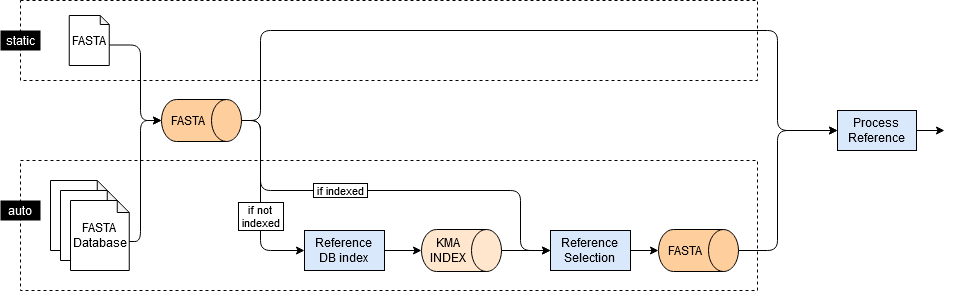
Above: docs/images/ref_selection_channels.png in rki-mf1/omnifluss (draw.io), before the change. Source tidied: cells renumbered, new cells last; positions are measured from the earlier drawing's top-left corner, leaving out a move shared by most shapes.
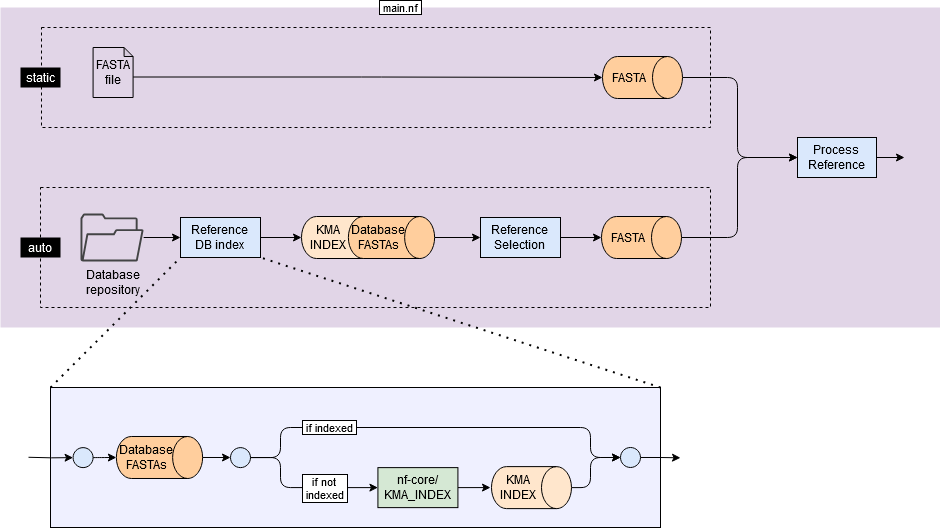
The same file after the commit.

Change to the diagram source:
```diff
@@ -2,27 +2,41 @@
   <root>
     <mxCell id="0" />
     <mxCell id="1" parent="0" />
+    <mxCell id="28" style="rounded=0;whiteSpace=wrap;html=1;fillColor=#e1d5e7;dashed=1;strokeColor=none;" parent="1" vertex="1">
+      <mxGeometry x="37" y="-10" width="940" height="320" as="geometry" />
+    </mxCell>
+    <mxCell id="3" style="rounded=0;whiteSpace=wrap;html=1;fillColor=#e1d5e7;dashed=1;strokeColor=default;" parent="1" vertex="1">
+      <mxGeometry x="78" y="10" width="669" height="100" as="geometry" />
+    </mxCell>
-    <mxCell id="2" style="rounded=0;whiteSpace=wrap;html=1;fillColor=none;dashed=1;" parent="1" vertex="1">
-      <mxGeometry x="20" y="160" width="737" height="130" as="geometry" />
+    <mxCell id="2" style="rounded=0;whiteSpace=wrap;html=1;fillColor=#e1d5e7;dashed=1;strokeColor=default;" parent="1" vertex="1">
+      <mxGeometry x="77" y="170" width="670" height="120" as="geometry" />
     </mxCell>
-    <mxCell id="3" style="rounded=0;whiteSpace=wrap;html=1;fillColor=none;dashed=1;" parent="1" vertex="1">
-      <mxGeometry x="20" width="737" height="80" as="geometry" />
-    </mxCell>
+    <mxCell id="29" style="rounded=0;whiteSpace=wrap;html=1;fillColor=#EFF0FF;strokeColor=default;" parent="1" vertex="1">
+      <mxGeometry x="87" y="370" width="610" height="140" as="geometry" />
+    </mxCell>
+    <mxCell id="30" style="edgeStyle=orthogonalEdgeStyle;rounded=1;jettySize=auto;html=1;curved=0;exitX=1;exitY=0.5;exitDx=0;exitDy=0;entryX=0.5;entryY=1;entryDx=0;entryDy=0;entryPerimeter=0;" parent="1" edge="1" source="38" target="35">
+      <mxGeometry relative="1" as="geometry">
+        <Array as="points">
+          <mxPoint x="135" y="440" />
+          <mxPoint x="135" y="440" />
+        </Array>
+      </mxGeometry>
+    </mxCell>
     <mxCell id="4" value="Reference&lt;br&gt;DB index" style="rounded=0;whiteSpace=wrap;html=1;fillColor=#dae8fc;strokeColor=default;" parent="1" vertex="1">
-      <mxGeometry x="304" y="230" width="80" height="40" as="geometry" />
+      <mxGeometry x="217" y="200" width="80" height="40" as="geometry" />
     </mxCell>
-    <mxCell id="5" style="edgeStyle=orthogonalEdgeStyle;rounded=1;jettySize=auto;html=1;exitX=1;exitY=0.5;exitDx=0;exitDy=0;entryX=0;entryY=0.5;entryDx=0;entryDy=0;curved=0;" parent="1" edge="1" source="27" target="10">
+    <mxCell id="5" style="edgeStyle=orthogonalEdgeStyle;rounded=1;jettySize=auto;html=1;exitX=0.5;exitY=0;exitDx=0;exitDy=0;entryX=0;entryY=0.5;entryDx=0;entryDy=0;curved=0;exitPerimeter=0;" parent="1" edge="1" source="27" target="10">
       <mxGeometry relative="1" as="geometry">
         <Array as="points">
-          <mxPoint x="777" y="250" />
-          <mxPoint x="777" y="130" />
+          <mxPoint x="774" y="220" />
+          <mxPoint x="774" y="140" />
         </Array>
       </mxGeometry>
     </mxCell>
     <mxCell id="6" value="Reference&lt;br&gt;Selection" style="rounded=0;whiteSpace=wrap;html=1;fillColor=#dae8fc;strokeColor=default;" parent="1" vertex="1">
-      <mxGeometry x="550" y="230" width="80" height="40" as="geometry" />
+      <mxGeometry x="517" y="200" width="80" height="40" as="geometry" />
     </mxCell>
-    <mxCell id="7" style="edgeStyle=orthogonalEdgeStyle;rounded=0;jettySize=auto;html=1;exitX=0.5;exitY=0;exitDx=0;exitDy=0;exitPerimeter=0;entryX=0;entryY=0.5;entryDx=0;entryDy=0;" parent="1" edge="1" source="20" target="6">
+    <mxCell id="7" style="edgeStyle=orthogonalEdgeStyle;rounded=0;jettySize=auto;html=1;exitX=0.5;exitY=0;exitDx=0;exitDy=0;exitPerimeter=0;entryX=0;entryY=0.5;entryDx=0;entryDy=0;" parent="1" edge="1" source="45" target="6">
       <mxGeometry relative="1" as="geometry" />
     </mxCell>
     <mxCell id="8" style="edgeStyle=orthogonalEdgeStyle;rounded=0;jettySize=auto;html=1;exitX=1;exitY=0.5;exitDx=0;exitDy=0;entryX=0.5;entryY=1;entryDx=0;entryDy=0;entryPerimeter=0;" parent="1" edge="1" source="4" target="20">
@@ -30,99 +44,145 @@
     </mxCell>
     <mxCell id="9" style="edgeStyle=orthogonalEdgeStyle;rounded=0;jettySize=auto;html=1;exitX=1;exitY=0.5;exitDx=0;exitDy=0;" parent="1" edge="1" source="10">
       <mxGeometry relative="1" as="geometry">
-        <mxPoint x="944" y="130" as="targetPoint" />
+        <mxPoint x="941" y="140" as="targetPoint" />
         <Array as="points">
-          <mxPoint x="938" y="130" />
-          <mxPoint x="938" y="130" />
+          <mxPoint x="935" y="140" />
+          <mxPoint x="935" y="140" />
         </Array>
       </mxGeometry>
     </mxCell>
     <mxCell id="10" value="Process&lt;br&gt;Reference" style="rounded=0;whiteSpace=wrap;html=1;fillColor=#dae8fc;strokeColor=default;" parent="1" vertex="1">
-      <mxGeometry x="837" y="110" width="79" height="40" as="geometry" />
+      <mxGeometry x="834" y="120" width="79" height="40" as="geometry" />
     </mxCell>
-    <mxCell id="11" style="edgeStyle=orthogonalEdgeStyle;rounded=1;jettySize=auto;html=1;entryX=0.5;entryY=1;entryDx=0;entryDy=0;entryPerimeter=0;curved=0;exitX=0;exitY=0;exitDx=58.75;exitDy=41;exitPerimeter=0;" parent="1" edge="1" source="25" target="17">
-      <mxGeometry relative="1" as="geometry">
-        <Array as="points">
-          <mxPoint x="140" y="241" />
-          <mxPoint x="140" y="120" />
-        </Array>
-      </mxGeometry>
-    </mxCell>
-    <mxCell id="12" style="edgeStyle=orthogonalEdgeStyle;rounded=1;jettySize=auto;html=1;exitX=0.5;exitY=0;exitDx=0;exitDy=0;exitPerimeter=0;entryX=0;entryY=0.5;entryDx=0;entryDy=0;curved=0;" parent="1" edge="1" source="17" target="4">
-      <mxGeometry relative="1" as="geometry">
-        <Array as="points">
-          <mxPoint x="260" y="120" />
-          <mxPoint x="260" y="250" />
-        </Array>
-      </mxGeometry>
-    </mxCell>
-    <mxCell id="13" value="if not&lt;br&gt;&amp;nbsp;indexed&amp;nbsp; " style="edgeLabel;html=1;align=center;verticalAlign=middle;labelBorderColor=default;" parent="12" vertex="1">
-      <mxGeometry x="0.02" relative="1" as="geometry">
-        <mxPoint y="16" as="offset" />
-      </mxGeometry>
-    </mxCell>
     <mxCell id="14" style="edgeStyle=orthogonalEdgeStyle;rounded=1;jettySize=auto;html=1;exitX=0.5;exitY=0;exitDx=0;exitDy=0;exitPerimeter=0;entryX=0;entryY=0.5;entryDx=0;entryDy=0;fillColor=#d5e8d4;strokeColor=default;curved=0;" parent="1" edge="1" source="17" target="10">
       <mxGeometry relative="1" as="geometry">
         <Array as="points">
-          <mxPoint x="260" y="120" />
-          <mxPoint x="260" y="30" />
-          <mxPoint x="777" y="30" />
-          <mxPoint x="777" y="130" />
+          <mxPoint x="774" y="60" />
+          <mxPoint x="774" y="140" />
         </Array>
       </mxGeometry>
     </mxCell>
-    <mxCell id="15" style="edgeStyle=orthogonalEdgeStyle;rounded=1;jettySize=auto;html=1;exitX=0.5;exitY=0;exitDx=0;exitDy=0;exitPerimeter=0;entryX=0;entryY=0.5;entryDx=0;entryDy=0;curved=0;" parent="1" edge="1" source="17" target="6">
-      <mxGeometry relative="1" as="geometry">
-        <Array as="points">
-          <mxPoint x="260" y="120" />
-          <mxPoint x="260" y="190" />
-          <mxPoint x="520" y="190" />
-          <mxPoint x="520" y="250" />
-        </Array>
-      </mxGeometry>
-    </mxCell>
-    <mxCell id="16" value="&amp;nbsp;if indexed&amp;nbsp; " style="edgeLabel;html=1;align=center;verticalAlign=middle;labelBorderColor=default;" parent="15" vertex="1">
-      <mxGeometry x="-0.19" y="-3" relative="1" as="geometry">
-        <mxPoint x="-8" y="-3" as="offset" />
-      </mxGeometry>
-    </mxCell>
     <mxCell id="17" value="FASTA" style="shape=cylinder3;whiteSpace=wrap;html=1;boundedLbl=1;backgroundOutline=1;size=15;rotation=90;fillColor=light-dark(#ffce9d, #36210a);strokeColor=default;textDirection=ltr;horizontal=0;" parent="1" vertex="1">
-      <mxGeometry x="180" y="80" width="42" height="80" as="geometry" />
+      <mxGeometry x="658" y="20" width="42" height="80" as="geometry" />
     </mxCell>
     <mxCell id="18" value="static" style="text;html=1;align=center;verticalAlign=middle;whiteSpace=wrap;rounded=0;fillColor=#000000;fontColor=#FFFFFF;" parent="1" vertex="1">
-      <mxGeometry y="30" width="40" height="20" as="geometry" />
+      <mxGeometry x="57" y="50" width="40" height="20" as="geometry" />
     </mxCell>
     <mxCell id="19" value="auto" style="text;html=1;align=center;verticalAlign=middle;whiteSpace=wrap;rounded=0;fillColor=#000000;fontColor=#FFFFFF;" parent="1" vertex="1">
-      <mxGeometry y="200" width="40" height="20" as="geometry" />
+      <mxGeometry x="57" y="220" width="40" height="20" as="geometry" />
     </mxCell>
     <mxCell id="20" value="KMA&lt;br&gt;INDEX" style="shape=cylinder3;whiteSpace=wrap;html=1;boundedLbl=1;backgroundOutline=1;size=15;rotation=90;fillColor=#ffe6cc;strokeColor=default;horizontal=0;" parent="1" vertex="1">
-      <mxGeometry x="440" y="210" width="42" height="80" as="geometry" />
+      <mxGeometry x="357" y="180" width="42" height="80" as="geometry" />
     </mxCell>
     <mxCell id="21" style="edgeStyle=orthogonalEdgeStyle;rounded=1;jettySize=auto;html=1;entryX=0.5;entryY=1;entryDx=0;entryDy=0;entryPerimeter=0;curved=0;exitX=0;exitY=0;exitDx=40;exitDy=29.5;exitPerimeter=0;" parent="1" edge="1" source="22" target="17">
       <mxGeometry relative="1" as="geometry">
         <Array as="points">
-          <mxPoint x="140" y="45" />
-          <mxPoint x="140" y="120" />
+          <mxPoint x="408" y="60" />
         </Array>
       </mxGeometry>
     </mxCell>
-    <mxCell id="22" value="FASTA" style="shape=note;whiteSpace=wrap;html=1;backgroundOutline=1;darkOpacity=0.05;size=9;" parent="1" vertex="1">
-      <mxGeometry x="68.8" y="15" width="40" height="50" as="geometry" />
+    <mxCell id="22" value="FASTA&lt;br&gt;file" style="shape=note;whiteSpace=wrap;html=1;backgroundOutline=1;darkOpacity=0.05;size=9;fillColor=#e1d5e7;strokeColor=default;" parent="1" vertex="1">
+      <mxGeometry x="129.6" y="30" width="40" height="50" as="geometry" />
     </mxCell>
-    <mxCell id="23" style="shape=note;whiteSpace=wrap;html=1;backgroundOutline=1;darkOpacity=0.05;size=12;" parent="1" vertex="1">
-      <mxGeometry x="50" y="180" width="58.8" height="70" as="geometry" />
-    </mxCell>
-    <mxCell id="24" style="shape=note;whiteSpace=wrap;html=1;backgroundOutline=1;darkOpacity=0.05;size=12;" parent="1" vertex="1">
-      <mxGeometry x="60" y="190" width="58.8" height="70" as="geometry" />
-    </mxCell>
-    <mxCell id="25" value="FASTA&lt;br&gt;Database" style="shape=note;whiteSpace=wrap;html=1;backgroundOutline=1;darkOpacity=0.05;size=12;" parent="1" vertex="1">
-      <mxGeometry x="70" y="200" width="58.8" height="70" as="geometry" />
-    </mxCell>
     <mxCell id="26" style="edgeStyle=orthogonalEdgeStyle;rounded=1;jettySize=auto;html=1;exitX=1;exitY=0.5;exitDx=0;exitDy=0;entryX=0.5;entryY=1;entryDx=0;entryDy=0;curved=0;entryPerimeter=0;" parent="1" edge="1" source="6" target="27">
       <mxGeometry relative="1" as="geometry" />
     </mxCell>
+    <mxCell id="31" style="edgeStyle=orthogonalEdgeStyle;rounded=0;jettySize=auto;html=1;entryX=0;entryY=0.5;entryDx=0;entryDy=0;" parent="1" edge="1" source="32" target="4">
+      <mxGeometry relative="1" as="geometry" />
+    </mxCell>
+    <mxCell id="32" value="Database&lt;br&gt;repository" style="sketch=0;shadow=0;dashed=0;html=1;strokeColor=none;fillColor=#434445;labelPosition=center;verticalLabelPosition=bottom;verticalAlign=top;align=center;outlineConnect=0;shape=mxgraph.vvd.folder;" parent="1" vertex="1">
+      <mxGeometry x="117" y="196" width="63.2" height="48" as="geometry" />
+    </mxCell>
     <mxCell id="27" value="FASTA" style="shape=cylinder3;whiteSpace=wrap;html=1;boundedLbl=1;backgroundOutline=1;size=15;rotation=90;fillColor=light-dark(#ffce9d, #36210a);strokeColor=default;textDirection=ltr;horizontal=0;" parent="1" vertex="1">
-      <mxGeometry x="677" y="210" width="42" height="80" as="geometry" />
+      <mxGeometry x="657" y="180" width="42" height="80" as="geometry" />
     </mxCell>
+    <mxCell id="33" style="edgeStyle=orthogonalEdgeStyle;rounded=1;jettySize=auto;html=1;curved=0;entryX=0;entryY=0.5;entryDx=0;entryDy=0;exitX=1;exitY=0.5;exitDx=0;exitDy=0;" parent="1" edge="1" source="44" target="49">
+      <mxGeometry relative="1" as="geometry">
+        <Array as="points">
+          <mxPoint x="317" y="440" />
+          <mxPoint x="317" y="410" />
+          <mxPoint x="627" y="410" />
+          <mxPoint x="627" y="440" />
+        </Array>
+      </mxGeometry>
+    </mxCell>
+    <mxCell id="16" value="&amp;nbsp;if indexed&amp;nbsp; " style="edgeLabel;html=1;align=center;verticalAlign=middle;labelBorderColor=default;" parent="33" vertex="1">
+      <mxGeometry x="-0.22" relative="1" as="geometry">
+        <mxPoint x="-60" as="offset" />
+      </mxGeometry>
+    </mxCell>
+    <mxCell id="34" style="edgeStyle=orthogonalEdgeStyle;rounded=1;jettySize=auto;html=1;curved=0;exitX=0.5;exitY=0;exitDx=0;exitDy=0;exitPerimeter=0;entryX=0;entryY=0.5;entryDx=0;entryDy=0;" parent="1" edge="1" source="44" target="37">
+      <mxGeometry relative="1" as="geometry">
+        <Array as="points">
+          <mxPoint x="277" y="440" />
+          <mxPoint x="317" y="440" />
+          <mxPoint x="317" y="470" />
+        </Array>
+      </mxGeometry>
+    </mxCell>
+    <mxCell id="35" value="Database&lt;br&gt;FASTAs" style="shape=cylinder3;whiteSpace=wrap;html=1;boundedLbl=1;backgroundOutline=1;size=15;rotation=90;fillColor=light-dark(#ffce9d, #36210a);strokeColor=default;textDirection=ltr;horizontal=0;" parent="1" vertex="1">
+      <mxGeometry x="175" y="396.9" width="42" height="86.2" as="geometry" />
+    </mxCell>
+    <mxCell id="36" style="edgeStyle=orthogonalEdgeStyle;rounded=1;jettySize=auto;html=1;exitX=1;exitY=0.5;exitDx=0;exitDy=0;curved=0;entryX=0.5;entryY=1;entryDx=0;entryDy=0;entryPerimeter=0;" parent="1" edge="1" source="37" target="47">
+      <mxGeometry relative="1" as="geometry">
+        <Array as="points">
+          <mxPoint x="527" y="470" />
+          <mxPoint x="527" y="470" />
+        </Array>
+      </mxGeometry>
+    </mxCell>
+    <mxCell id="37" value="nf-core/KMA_INDEX" style="rounded=0;whiteSpace=wrap;html=1;fillColor=#d5e8d4;strokeColor=default;" parent="1" vertex="1">
+      <mxGeometry x="414.4" y="450.1" width="80" height="40" as="geometry" />
+    </mxCell>
+    <mxCell id="38" style="ellipse;whiteSpace=wrap;html=1;fillColor=#dae8fc;strokeColor=default;" parent="1" vertex="1">
+      <mxGeometry x="109.6" y="430.1" width="20" height="20" as="geometry" />
+    </mxCell>
+    <mxCell id="39" style="edgeStyle=orthogonalEdgeStyle;rounded=0;jettySize=auto;html=1;exitX=0.5;exitY=0;exitDx=0;exitDy=0;exitPerimeter=0;entryX=0;entryY=0.5;entryDx=0;entryDy=0;" parent="1" edge="1" target="38">
+      <mxGeometry relative="1" as="geometry">
+        <mxPoint x="65" y="439.8" as="sourcePoint" />
+      </mxGeometry>
+    </mxCell>
+    <mxCell id="40" style="endArrow=none;dashed=1;html=1;dashPattern=1 3;strokeWidth=2;rounded=0;exitX=0;exitY=0;exitDx=0;exitDy=0;entryX=0;entryY=1;entryDx=0;entryDy=0;" parent="1" edge="1" source="29" target="4">
+      <mxGeometry relative="1" as="geometry" />
+    </mxCell>
+    <mxCell id="41" style="endArrow=none;dashed=1;html=1;dashPattern=1 3;strokeWidth=2;rounded=0;exitX=1;exitY=0;exitDx=0;exitDy=0;entryX=1;entryY=1;entryDx=0;entryDy=0;" parent="1" edge="1" source="29" target="4">
+      <mxGeometry relative="1" as="geometry" />
+    </mxCell>
+    <mxCell id="42" value="&amp;nbsp;main.nf&amp;nbsp; " style="edgeLabel;html=1;align=center;verticalAlign=middle;labelBorderColor=default;" parent="1" vertex="1">
+      <mxGeometry x="437" y="-10" as="geometry" />
+    </mxCell>
+    <mxCell id="13" value="if not&lt;br&gt;&amp;nbsp;indexed&amp;nbsp; " style="edgeLabel;html=1;align=center;verticalAlign=middle;labelBorderColor=default;" parent="1" vertex="1">
+      <mxGeometry x="365.7" y="470" as="geometry">
+        <mxPoint x="-5" y="1" as="offset" />
+      </mxGeometry>
+    </mxCell>
+    <mxCell id="43" style="edgeStyle=orthogonalEdgeStyle;rounded=1;jettySize=auto;html=1;curved=0;exitX=0.5;exitY=0;exitDx=0;exitDy=0;exitPerimeter=0;entryX=0;entryY=0.5;entryDx=0;entryDy=0;" parent="1" edge="1" source="35" target="44">
+      <mxGeometry relative="1" as="geometry" />
+    </mxCell>
+    <mxCell id="44" style="ellipse;whiteSpace=wrap;html=1;fillColor=#dae8fc;strokeColor=default;" parent="1" vertex="1">
+      <mxGeometry x="267" y="430.1" width="20" height="20" as="geometry" />
+    </mxCell>
+    <mxCell id="45" value="Database&lt;br&gt;FASTAs" style="shape=cylinder3;whiteSpace=wrap;html=1;boundedLbl=1;backgroundOutline=1;size=15;rotation=90;fillColor=light-dark(#ffce9d, #36210a);strokeColor=default;textDirection=ltr;horizontal=0;" parent="1" vertex="1">
+      <mxGeometry x="407" y="176.9" width="42" height="86.2" as="geometry" />
+    </mxCell>
+    <mxCell id="46" style="edgeStyle=orthogonalEdgeStyle;rounded=1;jettySize=auto;html=1;exitX=0.5;exitY=0;exitDx=0;exitDy=0;exitPerimeter=0;entryX=0;entryY=0.5;entryDx=0;entryDy=0;curved=0;" parent="1" edge="1" source="47" target="49">
+      <mxGeometry relative="1" as="geometry">
+        <Array as="points">
+          <mxPoint x="627" y="470" />
+          <mxPoint x="627" y="440" />
+        </Array>
+      </mxGeometry>
+    </mxCell>
+    <mxCell id="47" value="KMA&lt;br&gt;INDEX" style="shape=cylinder3;whiteSpace=wrap;html=1;boundedLbl=1;backgroundOutline=1;size=15;rotation=90;fillColor=#ffe6cc;strokeColor=default;textDirection=ltr;horizontal=0;fontStyle=0;" parent="1" vertex="1">
+      <mxGeometry x="547" y="430.1" width="42" height="80" as="geometry" />
+    </mxCell>
+    <mxCell id="48" style="edgeStyle=orthogonalEdgeStyle;rounded=0;jettySize=auto;html=1;exitX=1;exitY=0.5;exitDx=0;exitDy=0;" parent="1" edge="1" source="49">
+      <mxGeometry relative="1" as="geometry">
+        <mxPoint x="717" y="440.3" as="targetPoint" />
+      </mxGeometry>
+    </mxCell>
+    <mxCell id="49" style="ellipse;whiteSpace=wrap;html=1;fillColor=#dae8fc;strokeColor=default;" parent="1" vertex="1">
+      <mxGeometry x="657" y="430" width="20" height="20" as="geometry" />
+    </mxCell>
   </root>
 </mxGraphModel>
```
